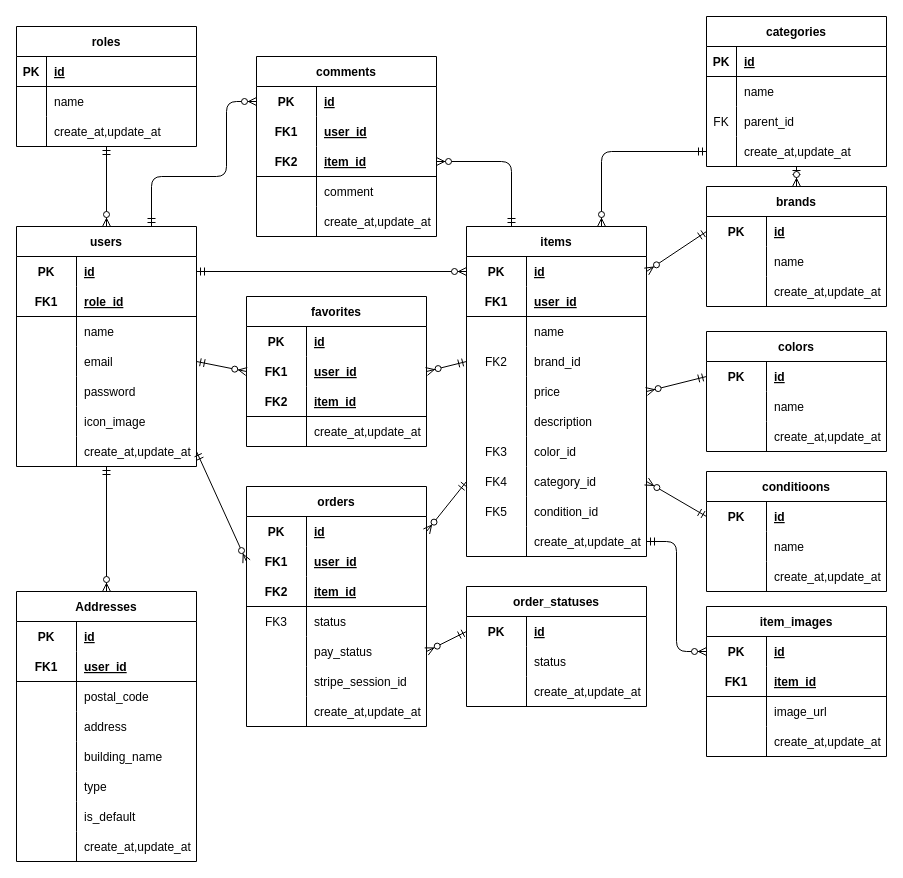
fujico23/coachtech-flea-market-app keeps this draw.io diagram as er.drawio. Above is the earlier version. Source tidied: cells renumbered, new cells numbered last; positions are measured from the earlier drawing's top-left corner, leaving out a move shared by most shapes. Both pictures are drawn from the tidied source at 100%, with x=0, y=0 at pixel (16, 16).
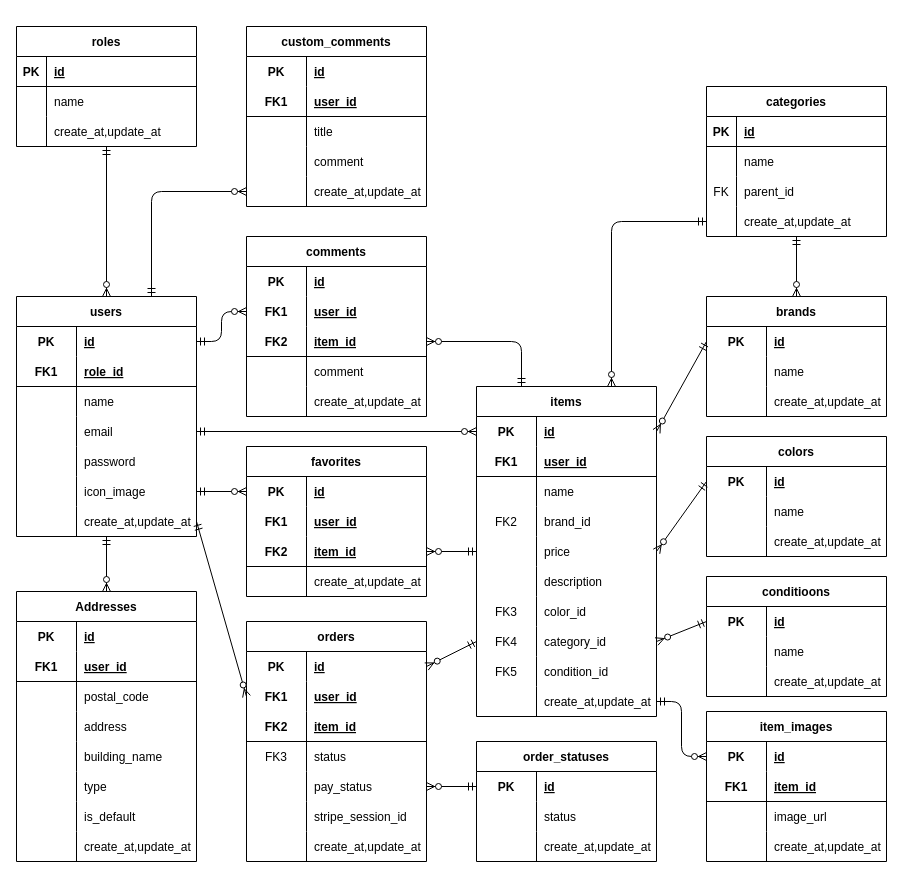
The same page after the edit.

The change refers to these unchanged cells:
```xml
<mxCell id="3" style="shape=tableRow;horizontal=0;startSize=0;swimlaneHead=0;swimlaneBody=0;fillColor=none;points=[[0,0.5],[1,0.5]];portConstraint=eastwest;top=0;left=0;right=0;bottom=0;" parent="2" vertex="1">
  <mxGeometry y="30" width="180" height="30" as="geometry" />
</mxCell>
<mxCell id="12" style="shape=tableRow;horizontal=0;startSize=0;swimlaneHead=0;swimlaneBody=0;fillColor=none;points=[[0,0.5],[1,0.5]];portConstraint=eastwest;top=0;left=0;right=0;bottom=0;" parent="2" vertex="1">
  <mxGeometry y="120" width="180" height="30" as="geometry" />
</mxCell>
<mxCell id="18" style="shape=tableRow;horizontal=0;startSize=0;swimlaneHead=0;swimlaneBody=0;fillColor=none;points=[[0,0.5],[1,0.5]];portConstraint=eastwest;top=0;left=0;right=0;bottom=0;" parent="2" vertex="1">
  <mxGeometry y="180" width="180" height="30" as="geometry" />
</mxCell>
<mxCell id="60" style="shape=tableRow;horizontal=0;startSize=0;swimlaneHead=0;swimlaneBody=0;fillColor=none;points=[[0,0.5],[1,0.5]];portConstraint=eastwest;top=0;left=0;right=0;bottom=0;" parent="59" vertex="1">
  <mxGeometry y="30" width="180" height="30" as="geometry" />
</mxCell>
<mxCell id="69" style="shape=tableRow;horizontal=0;startSize=0;swimlaneHead=0;swimlaneBody=0;fillColor=none;points=[[0,0.5],[1,0.5]];portConstraint=eastwest;top=0;left=0;right=0;bottom=0;" parent="59" vertex="1">
  <mxGeometry y="120" width="180" height="30" as="geometry" />
</mxCell>
<mxCell id="72" style="shape=tableRow;horizontal=0;startSize=0;swimlaneHead=0;swimlaneBody=0;fillColor=none;points=[[0,0.5],[1,0.5]];portConstraint=eastwest;top=0;left=0;right=0;bottom=0;" parent="59" vertex="1">
  <mxGeometry y="150" width="180" height="30" as="geometry" />
</mxCell>
<mxCell id="134" style="shape=tableRow;horizontal=0;startSize=0;swimlaneHead=0;swimlaneBody=0;fillColor=none;points=[[0,0.5],[1,0.5]];portConstraint=eastwest;top=0;left=0;right=0;bottom=0;" parent="133" vertex="1">
  <mxGeometry y="30" width="180" height="30" as="geometry" />
</mxCell>
<mxCell id="137" style="shape=tableRow;horizontal=0;startSize=0;swimlaneHead=0;swimlaneBody=0;fillColor=none;points=[[0,0.5],[1,0.5]];portConstraint=eastwest;top=0;left=0;right=0;bottom=0;" parent="133" vertex="1">
  <mxGeometry y="60" width="180" height="30" as="geometry" />
</mxCell>
<mxCell id="150" style="shape=tableRow;horizontal=0;startSize=0;swimlaneHead=0;swimlaneBody=0;fillColor=none;points=[[0,0.5],[1,0.5]];portConstraint=eastwest;top=0;left=0;right=0;bottom=0;" parent="149" vertex="1">
  <mxGeometry y="30" width="180" height="30" as="geometry" />
</mxCell>
<mxCell id="153" style="shape=tableRow;horizontal=0;startSize=0;swimlaneHead=0;swimlaneBody=0;fillColor=none;points=[[0,0.5],[1,0.5]];portConstraint=eastwest;top=0;left=0;right=0;bottom=0;" parent="149" vertex="1">
  <mxGeometry y="60" width="180" height="30" as="geometry" />
</mxCell>
<mxCell id="156" style="shape=tableRow;horizontal=0;startSize=0;swimlaneHead=0;swimlaneBody=0;fillColor=none;points=[[0,0.5],[1,0.5]];portConstraint=eastwest;top=0;left=0;right=0;bottom=1;" parent="149" vertex="1">
  <mxGeometry y="90" width="180" height="30" as="geometry" />
</mxCell>
```

What changed in the source:
```diff
@@
     <mxCell id="2" value="users" style="shape=table;startSize=30;childLayout=tableLayout;rowLines=0;fontStyle=1;align=center;" parent="1" vertex="1">
-      <mxGeometry y="210" width="180" height="240" as="geometry" />
+      <mxGeometry y="280" width="180" height="240" as="geometry" />
     </mxCell>
@@
     <mxCell id="59" value="items" style="shape=table;startSize=30;childLayout=tableLayout;rowLines=0;fontStyle=1;align=center;" parent="1" vertex="1">
-      <mxGeometry x="450" y="210" width="180" height="330" as="geometry" />
+      <mxGeometry x="460" y="370" width="180" height="330" as="geometry" />
     </mxCell>
@@
     <mxCell id="90" value="brands" style="shape=table;startSize=30;childLayout=tableLayout;rowLines=0;fontStyle=1;align=center;" parent="1" vertex="1">
-      <mxGeometry x="690" y="170" width="180" height="120" as="geometry" />
+      <mxGeometry x="690" y="280" width="180" height="120" as="geometry" />
     </mxCell>
@@
     <mxCell id="100" value="categories" style="shape=table;startSize=30;childLayout=tableLayout;rowLines=0;fontStyle=1;align=center;" parent="1" vertex="1">
-      <mxGeometry x="690" width="180" height="150" as="geometry" />
+      <mxGeometry x="690" y="70" width="180" height="150" as="geometry" />
     </mxCell>
@@
     <mxCell id="113" value="colors" style="shape=table;startSize=30;childLayout=tableLayout;rowLines=0;fontStyle=1;align=center;" parent="1" vertex="1">
-      <mxGeometry x="690" y="315" width="180" height="120" as="geometry" />
+      <mxGeometry x="690" y="420" width="180" height="120" as="geometry" />
     </mxCell>
@@
     <mxCell id="123" value="conditioons" style="shape=table;startSize=30;childLayout=tableLayout;rowLines=0;fontStyle=1;align=center;" parent="1" vertex="1">
-      <mxGeometry x="690" y="455" width="180" height="120" as="geometry" />
+      <mxGeometry x="690" y="560" width="180" height="120" as="geometry" />
     </mxCell>
@@
     <mxCell id="133" value="comments" style="shape=table;startSize=30;childLayout=tableLayout;rowLines=0;fontStyle=1;align=center;" parent="1" vertex="1">
-      <mxGeometry x="240" y="40" width="180" height="180" as="geometry" />
+      <mxGeometry x="230" y="220" width="180" height="180" as="geometry" />
     </mxCell>
@@
     <mxCell id="149" value="favorites" style="shape=table;startSize=30;childLayout=tableLayout;rowLines=0;fontStyle=1;align=center;" parent="1" vertex="1">
-      <mxGeometry x="230" y="280" width="180" height="150" as="geometry" />
+      <mxGeometry x="230" y="430" width="180" height="150" as="geometry" />
     </mxCell>
@@
     <mxCell id="162" value="orders" style="shape=table;startSize=30;childLayout=tableLayout;rowLines=0;fontStyle=1;align=center;" parent="1" vertex="1">
-      <mxGeometry x="230" y="470" width="180" height="240" as="geometry" />
+      <mxGeometry x="230" y="605" width="180" height="240" as="geometry" />
     </mxCell>
@@
     <mxCell id="184" value="order_statuses" style="shape=table;startSize=30;childLayout=tableLayout;rowLines=0;fontStyle=1;align=center;" parent="1" vertex="1">
-      <mxGeometry x="450" y="570" width="180" height="120" as="geometry" />
+      <mxGeometry x="460" y="725" width="180" height="120" as="geometry" />
     </mxCell>
@@
-    <mxCell id="195" style="fontSize=12;html=1;endArrow=ERzeroToMany;startArrow=ERmandOne;rounded=1;sketch=0;strokeColor=default;entryX=0;entryY=0.5;entryDx=0;entryDy=0;exitX=0.75;exitY=0;exitDx=0;exitDy=0;edgeStyle=orthogonalEdgeStyle;" parent="1" edge="1" source="2" target="134">
-      <mxGeometry relative="1" as="geometry">
-        <Array as="points">
-          <mxPoint x="135" y="160" />
-          <mxPoint x="210" y="160" />
-          <mxPoint x="210" y="85" />
-        </Array>
-      </mxGeometry>
-    </mxCell>
@@
     <mxCell id="199" value="item_images" style="shape=table;startSize=30;childLayout=tableLayout;rowLines=0;fontStyle=1;align=center;" parent="1" vertex="1">
-      <mxGeometry x="690" y="590" width="180" height="150" as="geometry" />
+      <mxGeometry x="690" y="695" width="180" height="150" as="geometry" />
     </mxCell>
@@
-    <mxCell id="215" style="fontSize=12;html=1;endArrow=ERzeroToMany;startArrow=ERmandOne;rounded=1;sketch=0;strokeColor=default;entryX=0;entryY=0.5;entryDx=0;entryDy=0;exitX=1;exitY=0.5;exitDx=0;exitDy=0;" parent="1" edge="1" source="3" target="60">
+    <mxCell id="215" style="fontSize=12;html=1;endArrow=ERzeroToMany;startArrow=ERmandOne;rounded=1;sketch=0;strokeColor=default;entryX=0;entryY=0.5;entryDx=0;entryDy=0;exitX=1;exitY=0.5;exitDx=0;exitDy=0;" parent="1" edge="1" source="12" target="60">
       <mxGeometry relative="1" as="geometry" />
     </mxCell>
-    <mxCell id="216" style="fontSize=12;html=1;endArrow=ERzeroToMany;startArrow=ERmandOne;rounded=1;sketch=0;strokeColor=default;entryX=0;entryY=0.5;entryDx=0;entryDy=0;exitX=1;exitY=0.5;exitDx=0;exitDy=0;" parent="1" edge="1" source="12" target="153">
+    <mxCell id="216" style="fontSize=12;html=1;endArrow=ERzeroToMany;startArrow=ERmandOne;rounded=1;sketch=0;strokeColor=default;entryX=0;entryY=0.5;entryDx=0;entryDy=0;exitX=1;exitY=0.5;exitDx=0;exitDy=0;" parent="1" edge="1" source="18" target="150">
       <mxGeometry relative="1" as="geometry" />
     </mxCell>
@@
-    <mxCell id="218" style="fontSize=12;html=1;endArrow=ERzeroToMany;startArrow=ERmandOne;rounded=1;sketch=0;strokeColor=default;entryX=1;entryY=0.5;entryDx=0;entryDy=0;exitX=0;exitY=0.5;exitDx=0;exitDy=0;" parent="1" edge="1" source="69" target="153">
+    <mxCell id="218" style="fontSize=12;html=1;endArrow=ERzeroToMany;startArrow=ERmandOne;rounded=1;sketch=0;strokeColor=default;entryX=1;entryY=0.5;entryDx=0;entryDy=0;exitX=0;exitY=0.5;exitDx=0;exitDy=0;" parent="1" edge="1" source="72" target="156">
       <mxGeometry relative="1" as="geometry" />
     </mxCell>
@@
+    <mxCell id="223" value="custom_comments" style="shape=table;startSize=30;childLayout=tableLayout;rowLines=0;fontStyle=1;align=center;" parent="1" vertex="1">
+      <mxGeometry x="230" y="10" width="180" height="180" as="geometry" />
+    </mxCell>
+    <mxCell id="224" style="shape=tableRow;horizontal=0;startSize=0;swimlaneHead=0;swimlaneBody=0;fillColor=none;top=0;left=0;right=0;bottom=0;" parent="223" vertex="1">
+      <mxGeometry y="30" width="180" height="30" as="geometry" />
+    </mxCell>
+    <mxCell id="225" value="PK" style="shape=partialRectangle;fillColor=none;top=0;left=0;bottom=0;right=0;fontStyle=1;overflow=hidden;" parent="224" vertex="1">
+      <mxGeometry width="60" height="30" as="geometry" />
+    </mxCell>
+    <mxCell id="226" value="id" style="shape=partialRectangle;fillColor=none;top=0;left=0;bottom=0;right=0;align=left;spacingLeft=6;fontStyle=5;overflow=hidden;" parent="224" vertex="1">
+      <mxGeometry x="60" width="120" height="30" as="geometry" />
+    </mxCell>
+    <mxCell id="227" style="shape=tableRow;horizontal=0;startSize=0;swimlaneHead=0;swimlaneBody=0;fillColor=none;top=0;left=0;right=0;bottom=1;" parent="223" vertex="1">
+      <mxGeometry y="60" width="180" height="30" as="geometry" />
+    </mxCell>
+    <mxCell id="228" value="FK1" style="shape=partialRectangle;fillColor=none;top=0;left=0;bottom=0;right=0;fontStyle=1;overflow=hidden;" parent="227" vertex="1">
+      <mxGeometry width="60" height="30" as="geometry" />
+    </mxCell>
+    <mxCell id="229" value="user_id" style="shape=partialRectangle;fillColor=none;top=0;left=0;bottom=0;right=0;align=left;spacingLeft=6;fontStyle=5;overflow=hidden;" parent="227" vertex="1">
+      <mxGeometry x="60" width="120" height="30" as="geometry" />
+    </mxCell>
+    <mxCell id="230" style="shape=tableRow;horizontal=0;startSize=0;swimlaneHead=0;swimlaneBody=0;fillColor=none;top=0;left=0;right=0;bottom=0;" parent="223" vertex="1">
+      <mxGeometry y="90" width="180" height="30" as="geometry" />
+    </mxCell>
+    <mxCell id="231" style="shape=partialRectangle;fillColor=none;top=0;left=0;bottom=0;right=0;overflow=hidden;" parent="230" vertex="1">
+      <mxGeometry width="60" height="30" as="geometry" />
+    </mxCell>
+    <mxCell id="232" value="title" style="shape=partialRectangle;fillColor=none;top=0;left=0;bottom=0;right=0;align=left;spacingLeft=6;overflow=hidden;" parent="230" vertex="1">
+      <mxGeometry x="60" width="120" height="30" as="geometry" />
+    </mxCell>
+    <mxCell id="233" style="shape=tableRow;horizontal=0;startSize=0;swimlaneHead=0;swimlaneBody=0;fillColor=none;top=0;left=0;right=0;bottom=0;" parent="223" vertex="1">
+      <mxGeometry y="120" width="180" height="30" as="geometry" />
+    </mxCell>
+    <mxCell id="234" style="shape=partialRectangle;fillColor=none;top=0;left=0;bottom=0;right=0;overflow=hidden;" parent="233" vertex="1">
+      <mxGeometry width="60" height="30" as="geometry" />
+    </mxCell>
+    <mxCell id="235" value="comment" style="shape=partialRectangle;fillColor=none;top=0;left=0;bottom=0;right=0;align=left;spacingLeft=6;overflow=hidden;" parent="233" vertex="1">
+      <mxGeometry x="60" width="120" height="30" as="geometry" />
+    </mxCell>
+    <mxCell id="236" style="shape=tableRow;horizontal=0;startSize=0;swimlaneHead=0;swimlaneBody=0;fillColor=none;points=[[0,0.5],[1,0.5]];portConstraint=eastwest;top=0;left=0;right=0;bottom=0;" parent="223" vertex="1">
+      <mxGeometry y="150" width="180" height="30" as="geometry" />
+    </mxCell>
+    <mxCell id="237" style="shape=partialRectangle;fillColor=none;top=0;left=0;bottom=0;right=0;overflow=hidden;" parent="236" vertex="1">
+      <mxGeometry width="60" height="30" as="geometry" />
+    </mxCell>
+    <mxCell id="238" value="create_at,update_at" style="shape=partialRectangle;fillColor=none;top=0;left=0;bottom=0;right=0;align=left;spacingLeft=6;overflow=hidden;" parent="236" vertex="1">
+      <mxGeometry x="60" width="120" height="30" as="geometry" />
+    </mxCell>
+    <mxCell id="239" style="fontSize=12;html=1;endArrow=ERzeroToMany;startArrow=ERmandOne;rounded=1;sketch=0;strokeColor=default;entryX=0;entryY=0.5;entryDx=0;entryDy=0;exitX=1;exitY=0.5;exitDx=0;exitDy=0;edgeStyle=orthogonalEdgeStyle;" parent="1" edge="1" source="3" target="137">
+      <mxGeometry relative="1" as="geometry" />
+    </mxCell>
+    <mxCell id="240" style="fontSize=12;html=1;endArrow=ERzeroToMany;startArrow=ERmandOne;rounded=1;sketch=0;strokeColor=default;entryX=0;entryY=0.5;entryDx=0;entryDy=0;exitX=0.75;exitY=0;exitDx=0;exitDy=0;edgeStyle=orthogonalEdgeStyle;" parent="1" edge="1" source="2" target="236">
+      <mxGeometry relative="1" as="geometry" />
+    </mxCell>
```
